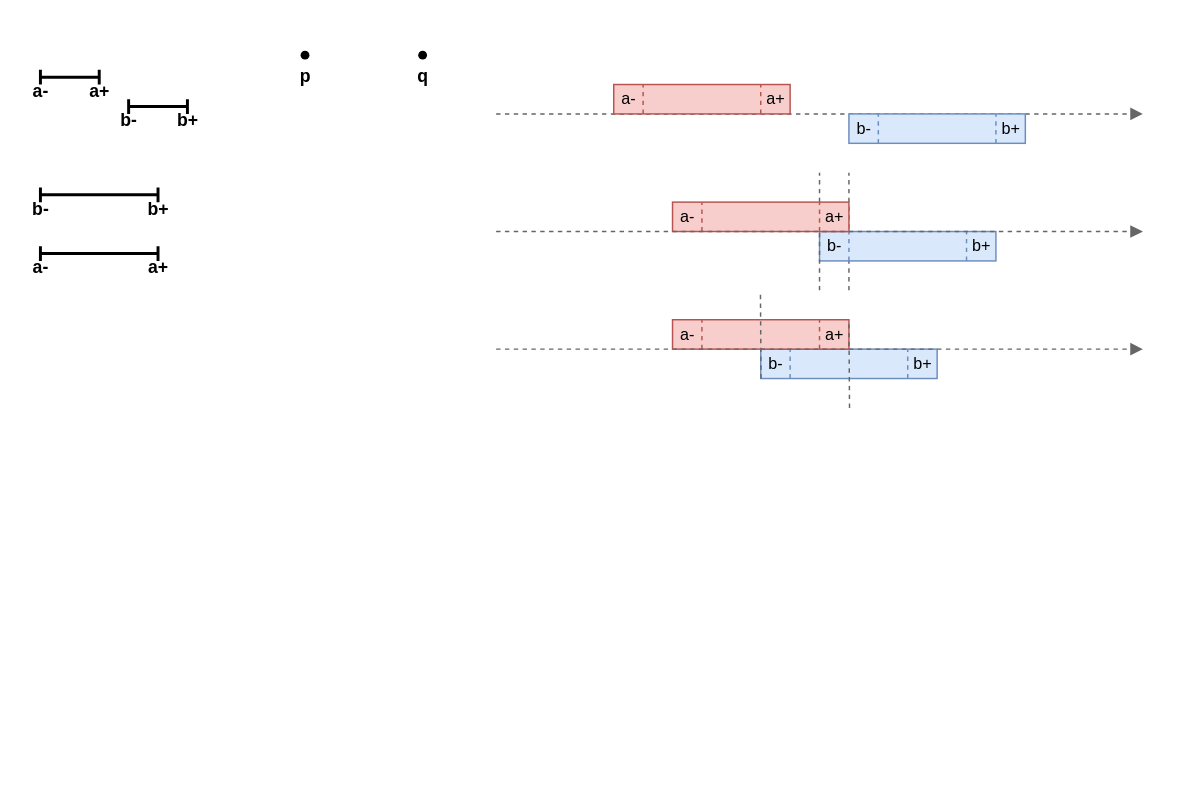
Above: page "Relations-Src" (4 of 4) of res/resources.drawio in gchudnov/mindthegap (draw.io), before the change. Source tidied: cells renumbered, new cells numbered last; positions are measured from the earlier drawing's top-left corner, leaving out a move shared by most shapes. Both pictures are drawn from the tidied source at 147%, with x=0, y=0 at pixel (25, 25).
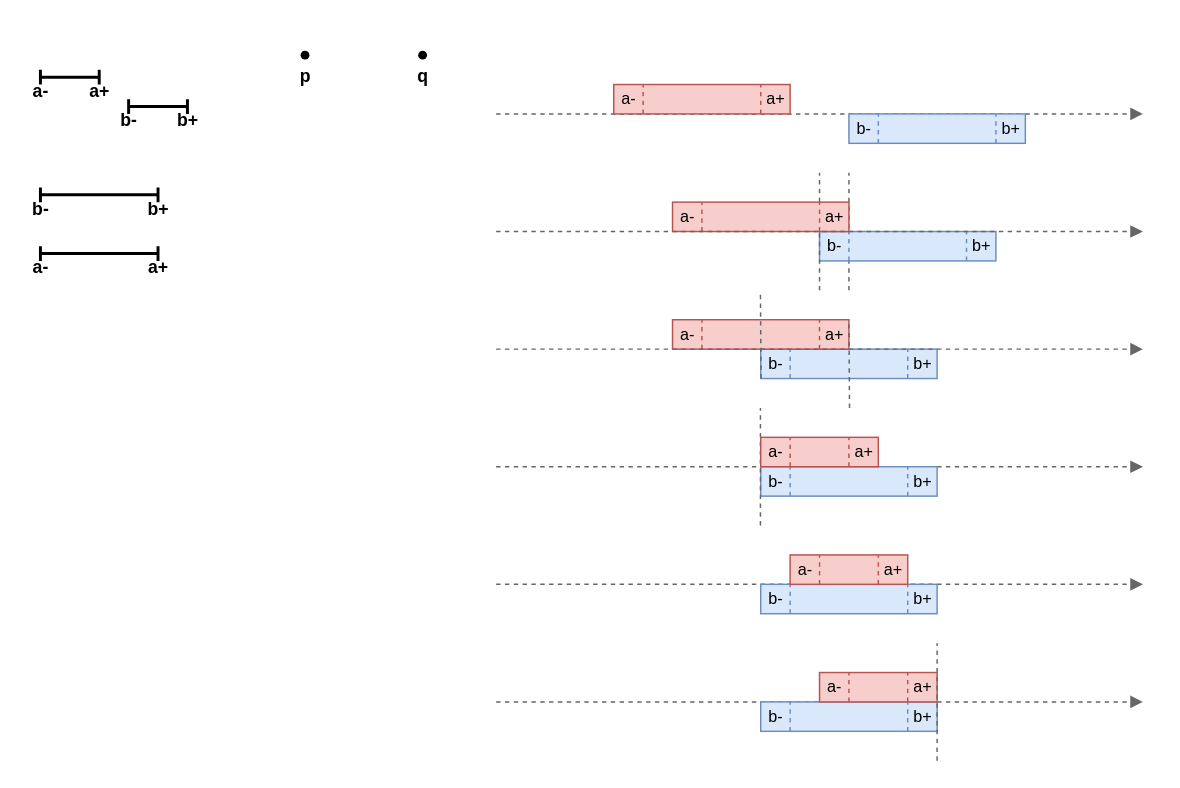
After the change.

The edit, as a diff of the source:
```diff
@@
+    <mxCell id="63" style="endArrow=block;html=1;fontSize=12;strokeWidth=1;fillColor=#f5f5f5;strokeColor=#666666;endFill=1;dashed=1;" parent="1" edge="1">
+      <mxGeometry relative="1" as="geometry">
+        <mxPoint x="320" y="300" as="sourcePoint" />
+        <mxPoint x="760" y="300" as="targetPoint" />
+      </mxGeometry>
+    </mxCell>
+    <mxCell id="64" style="group;" parent="1" vertex="1">
+      <mxGeometry x="500" y="300" width="120" height="20" as="geometry" />
+    </mxCell>
+    <mxCell id="65" style="rounded=0;whiteSpace=wrap;html=1;fontSize=12;strokeWidth=1;fillColor=#dae8fc;strokeColor=#6c8ebf;" parent="64" vertex="1">
+      <mxGeometry width="120" height="20" as="geometry" />
+    </mxCell>
+    <mxCell id="66" value="b-" style="text;html=1;strokeColor=none;fillColor=none;align=center;verticalAlign=middle;rounded=0;fontSize=11;" parent="64" vertex="1">
+      <mxGeometry width="20" height="20" as="geometry" />
+    </mxCell>
+    <mxCell id="67" value="b+" style="text;strokeColor=none;fillColor=none;align=center;verticalAlign=middle;rounded=0;fontSize=11;html=1;spacing=2;" parent="64" vertex="1">
+      <mxGeometry x="100" width="20" height="20" as="geometry" />
+    </mxCell>
+    <mxCell id="68" style="endArrow=none;dashed=1;html=1;strokeWidth=1;fontSize=11;fillColor=#dae8fc;strokeColor=#6c8ebf;" parent="64" edge="1">
+      <mxGeometry relative="1" as="geometry">
+        <mxPoint x="100" y="20" as="sourcePoint" />
+        <mxPoint x="100" as="targetPoint" />
+      </mxGeometry>
+    </mxCell>
+    <mxCell id="69" style="endArrow=none;dashed=1;html=1;strokeWidth=1;fontSize=11;fillColor=#dae8fc;strokeColor=#6c8ebf;" parent="64" edge="1">
+      <mxGeometry relative="1" as="geometry">
+        <mxPoint x="20" y="20" as="sourcePoint" />
+        <mxPoint x="20" as="targetPoint" />
+      </mxGeometry>
+    </mxCell>
+    <mxCell id="70" style="endArrow=none;dashed=1;html=1;strokeWidth=1;fontSize=11;fillColor=#f5f5f5;strokeColor=#666666;" parent="1" edge="1">
+      <mxGeometry relative="1" as="geometry">
+        <mxPoint x="499.8" y="340" as="sourcePoint" />
+        <mxPoint x="499.8" y="260" as="targetPoint" />
+      </mxGeometry>
+    </mxCell>
+    <mxCell id="71" style="endArrow=block;html=1;fontSize=12;strokeWidth=1;fillColor=#f5f5f5;strokeColor=#666666;endFill=1;dashed=1;" parent="1" edge="1">
+      <mxGeometry relative="1" as="geometry">
+        <mxPoint x="320" y="380" as="sourcePoint" />
+        <mxPoint x="760" y="380" as="targetPoint" />
+      </mxGeometry>
+    </mxCell>
+    <mxCell id="72" style="group;" parent="1" vertex="1">
+      <mxGeometry x="500" y="380" width="120" height="20" as="geometry" />
+    </mxCell>
+    <mxCell id="73" style="rounded=0;whiteSpace=wrap;html=1;fontSize=12;strokeWidth=1;fillColor=#dae8fc;strokeColor=#6c8ebf;" parent="72" vertex="1">
+      <mxGeometry width="120" height="20" as="geometry" />
+    </mxCell>
+    <mxCell id="74" value="b-" style="text;html=1;strokeColor=none;fillColor=none;align=center;verticalAlign=middle;rounded=0;fontSize=11;" parent="72" vertex="1">
+      <mxGeometry width="20" height="20" as="geometry" />
+    </mxCell>
+    <mxCell id="75" value="b+" style="text;strokeColor=none;fillColor=none;align=center;verticalAlign=middle;rounded=0;fontSize=11;html=1;spacing=2;" parent="72" vertex="1">
+      <mxGeometry x="100" width="20" height="20" as="geometry" />
+    </mxCell>
+    <mxCell id="76" style="endArrow=none;dashed=1;html=1;strokeWidth=1;fontSize=11;fillColor=#dae8fc;strokeColor=#6c8ebf;" parent="72" edge="1">
+      <mxGeometry relative="1" as="geometry">
+        <mxPoint x="100" y="20" as="sourcePoint" />
+        <mxPoint x="100" as="targetPoint" />
+      </mxGeometry>
+    </mxCell>
+    <mxCell id="77" style="endArrow=none;dashed=1;html=1;strokeWidth=1;fontSize=11;fillColor=#dae8fc;strokeColor=#6c8ebf;" parent="72" edge="1">
+      <mxGeometry relative="1" as="geometry">
+        <mxPoint x="20" y="20" as="sourcePoint" />
+        <mxPoint x="20" as="targetPoint" />
+      </mxGeometry>
+    </mxCell>
+    <mxCell id="78" style="group;" parent="1" vertex="1">
+      <mxGeometry x="500" y="280" width="80" height="20" as="geometry" />
+    </mxCell>
+    <mxCell id="79" style="rounded=0;whiteSpace=wrap;html=1;fontSize=12;strokeWidth=1;fillColor=#f8cecc;strokeColor=#b85450;" parent="78" vertex="1">
+      <mxGeometry width="80" height="20" as="geometry" />
+    </mxCell>
+    <mxCell id="80" value="&lt;p style=&quot;line-height: 1.2&quot;&gt;a-&lt;/p&gt;" style="text;html=1;strokeColor=none;fillColor=none;align=center;verticalAlign=middle;rounded=0;fontSize=11;labelPosition=center;verticalLabelPosition=middle;horizontal=1;" parent="78" vertex="1">
+      <mxGeometry width="20" height="20" as="geometry" />
+    </mxCell>
+    <mxCell id="81" value="a+" style="text;html=1;strokeColor=none;fillColor=none;align=center;verticalAlign=middle;rounded=0;fontSize=11;spacing=2;" parent="78" vertex="1">
+      <mxGeometry x="60" width="20" height="20" as="geometry" />
+    </mxCell>
+    <mxCell id="82" style="endArrow=none;dashed=1;html=1;strokeWidth=1;fontSize=11;fillColor=#f8cecc;strokeColor=#b85450;" parent="78" edge="1">
+      <mxGeometry relative="1" as="geometry">
+        <mxPoint x="60" y="20" as="sourcePoint" />
+        <mxPoint x="60" as="targetPoint" />
+      </mxGeometry>
+    </mxCell>
+    <mxCell id="83" style="endArrow=none;dashed=1;html=1;strokeWidth=1;fontSize=11;fillColor=#f8cecc;strokeColor=#b85450;" parent="78" edge="1">
+      <mxGeometry relative="1" as="geometry">
+        <mxPoint x="20" y="20" as="sourcePoint" />
+        <mxPoint x="20" as="targetPoint" />
+      </mxGeometry>
+    </mxCell>
+    <mxCell id="84" style="group;" parent="1" vertex="1">
+      <mxGeometry x="520" y="360" width="80" height="20" as="geometry" />
+    </mxCell>
+    <mxCell id="85" style="rounded=0;whiteSpace=wrap;html=1;fontSize=12;strokeWidth=1;fillColor=#f8cecc;strokeColor=#b85450;" parent="84" vertex="1">
+      <mxGeometry width="80" height="20" as="geometry" />
+    </mxCell>
+    <mxCell id="86" value="&lt;p style=&quot;line-height: 1.2&quot;&gt;a-&lt;/p&gt;" style="text;html=1;strokeColor=none;fillColor=none;align=center;verticalAlign=middle;rounded=0;fontSize=11;labelPosition=center;verticalLabelPosition=middle;horizontal=1;" parent="84" vertex="1">
+      <mxGeometry width="20" height="20" as="geometry" />
+    </mxCell>
+    <mxCell id="87" value="a+" style="text;html=1;strokeColor=none;fillColor=none;align=center;verticalAlign=middle;rounded=0;fontSize=11;spacing=2;" parent="84" vertex="1">
+      <mxGeometry x="60" width="20" height="20" as="geometry" />
+    </mxCell>
+    <mxCell id="88" style="endArrow=none;dashed=1;html=1;strokeWidth=1;fontSize=11;fillColor=#f8cecc;strokeColor=#b85450;" parent="84" edge="1">
+      <mxGeometry relative="1" as="geometry">
+        <mxPoint x="60" y="20" as="sourcePoint" />
+        <mxPoint x="60" as="targetPoint" />
+      </mxGeometry>
+    </mxCell>
+    <mxCell id="89" style="endArrow=none;dashed=1;html=1;strokeWidth=1;fontSize=11;fillColor=#f8cecc;strokeColor=#b85450;" parent="84" edge="1">
+      <mxGeometry relative="1" as="geometry">
+        <mxPoint x="20" y="20" as="sourcePoint" />
+        <mxPoint x="20" as="targetPoint" />
+      </mxGeometry>
+    </mxCell>
+    <mxCell id="90" style="endArrow=block;html=1;fontSize=12;strokeWidth=1;fillColor=#f5f5f5;strokeColor=#666666;endFill=1;dashed=1;" parent="1" edge="1">
+      <mxGeometry relative="1" as="geometry">
+        <mxPoint x="320" y="460" as="sourcePoint" />
+        <mxPoint x="760" y="460" as="targetPoint" />
+      </mxGeometry>
+    </mxCell>
+    <mxCell id="91" style="group;" parent="1" vertex="1">
+      <mxGeometry x="500" y="460" width="120" height="20" as="geometry" />
+    </mxCell>
+    <mxCell id="92" style="rounded=0;whiteSpace=wrap;html=1;fontSize=12;strokeWidth=1;fillColor=#dae8fc;strokeColor=#6c8ebf;" parent="91" vertex="1">
+      <mxGeometry width="120" height="20" as="geometry" />
+    </mxCell>
+    <mxCell id="93" value="b-" style="text;html=1;strokeColor=none;fillColor=none;align=center;verticalAlign=middle;rounded=0;fontSize=11;" parent="91" vertex="1">
+      <mxGeometry width="20" height="20" as="geometry" />
+    </mxCell>
+    <mxCell id="94" value="b+" style="text;strokeColor=none;fillColor=none;align=center;verticalAlign=middle;rounded=0;fontSize=11;html=1;spacing=2;" parent="91" vertex="1">
+      <mxGeometry x="100" width="20" height="20" as="geometry" />
+    </mxCell>
+    <mxCell id="95" style="endArrow=none;dashed=1;html=1;strokeWidth=1;fontSize=11;fillColor=#dae8fc;strokeColor=#6c8ebf;" parent="91" edge="1">
+      <mxGeometry relative="1" as="geometry">
+        <mxPoint x="100" y="20" as="sourcePoint" />
+        <mxPoint x="100" as="targetPoint" />
+      </mxGeometry>
+    </mxCell>
+    <mxCell id="96" style="endArrow=none;dashed=1;html=1;strokeWidth=1;fontSize=11;fillColor=#dae8fc;strokeColor=#6c8ebf;" parent="91" edge="1">
+      <mxGeometry relative="1" as="geometry">
+        <mxPoint x="20" y="20" as="sourcePoint" />
+        <mxPoint x="20" as="targetPoint" />
+      </mxGeometry>
+    </mxCell>
+    <mxCell id="97" style="group;" parent="1" vertex="1">
+      <mxGeometry x="540" y="440" width="80" height="20" as="geometry" />
+    </mxCell>
+    <mxCell id="98" style="rounded=0;whiteSpace=wrap;html=1;fontSize=12;strokeWidth=1;fillColor=#f8cecc;strokeColor=#b85450;" parent="97" vertex="1">
+      <mxGeometry width="80" height="20" as="geometry" />
+    </mxCell>
+    <mxCell id="99" value="&lt;p style=&quot;line-height: 1.2&quot;&gt;a-&lt;/p&gt;" style="text;html=1;strokeColor=none;fillColor=none;align=center;verticalAlign=middle;rounded=0;fontSize=11;labelPosition=center;verticalLabelPosition=middle;horizontal=1;" parent="97" vertex="1">
+      <mxGeometry width="20" height="20" as="geometry" />
+    </mxCell>
+    <mxCell id="100" value="a+" style="text;html=1;strokeColor=none;fillColor=none;align=center;verticalAlign=middle;rounded=0;fontSize=11;spacing=2;" parent="97" vertex="1">
+      <mxGeometry x="60" width="20" height="20" as="geometry" />
+    </mxCell>
+    <mxCell id="101" style="endArrow=none;dashed=1;html=1;strokeWidth=1;fontSize=11;fillColor=#f8cecc;strokeColor=#b85450;" parent="97" edge="1">
+      <mxGeometry relative="1" as="geometry">
+        <mxPoint x="60" y="20" as="sourcePoint" />
+        <mxPoint x="60" as="targetPoint" />
+      </mxGeometry>
+    </mxCell>
+    <mxCell id="102" style="endArrow=none;dashed=1;html=1;strokeWidth=1;fontSize=11;fillColor=#f8cecc;strokeColor=#b85450;" parent="97" edge="1">
+      <mxGeometry relative="1" as="geometry">
+        <mxPoint x="20" y="20" as="sourcePoint" />
+        <mxPoint x="20" as="targetPoint" />
+      </mxGeometry>
+    </mxCell>
+    <mxCell id="103" style="endArrow=none;dashed=1;html=1;strokeWidth=1;fontSize=11;fillColor=#f5f5f5;strokeColor=#666666;" parent="1" edge="1">
+      <mxGeometry relative="1" as="geometry">
+        <mxPoint x="620" y="500" as="sourcePoint" />
+        <mxPoint x="620" y="420" as="targetPoint" />
+      </mxGeometry>
+    </mxCell>
```
